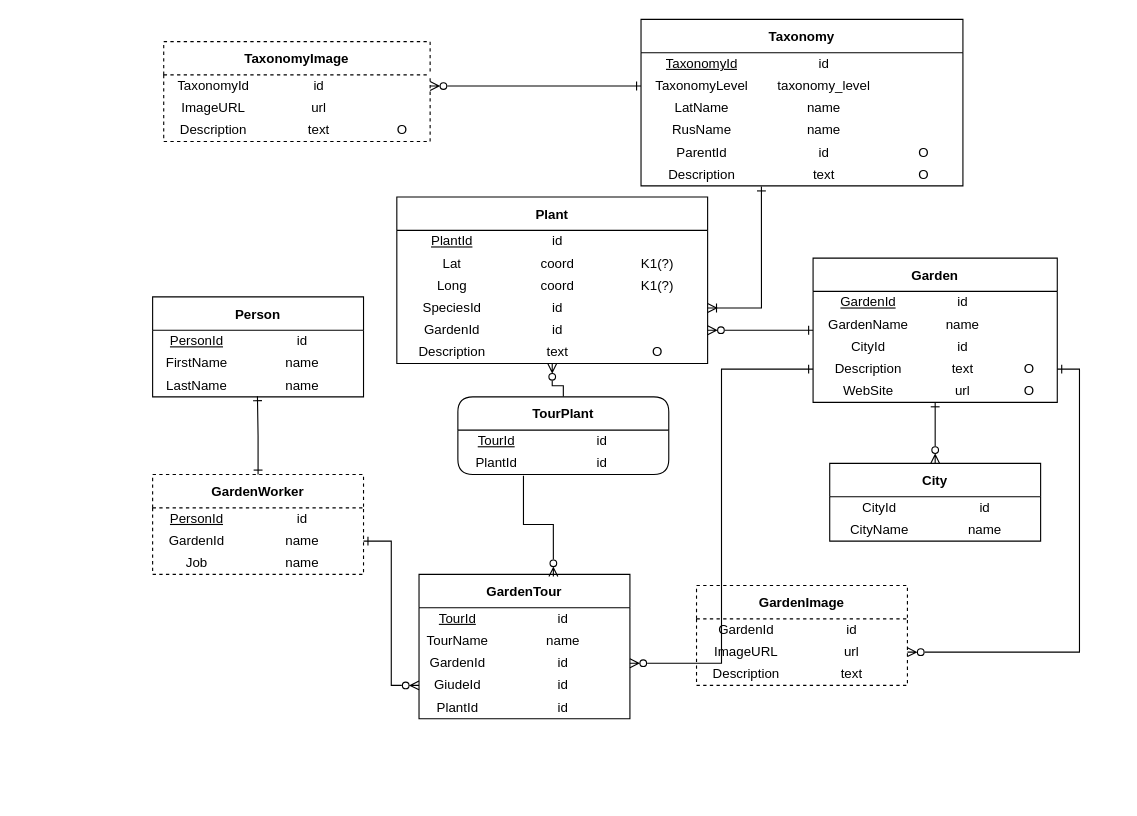
AGA-full/on-board-arch keeps this draw.io diagram as PDM-plants.drawio. Above is the earlier version. Source tidied: cells renumbered, new cells numbered last; positions are measured from the earlier drawing's top-left corner, leaving out a move shared by most shapes. Both pictures are drawn from the tidied source at 111%, with x=0, y=0 at pixel (152, 19).
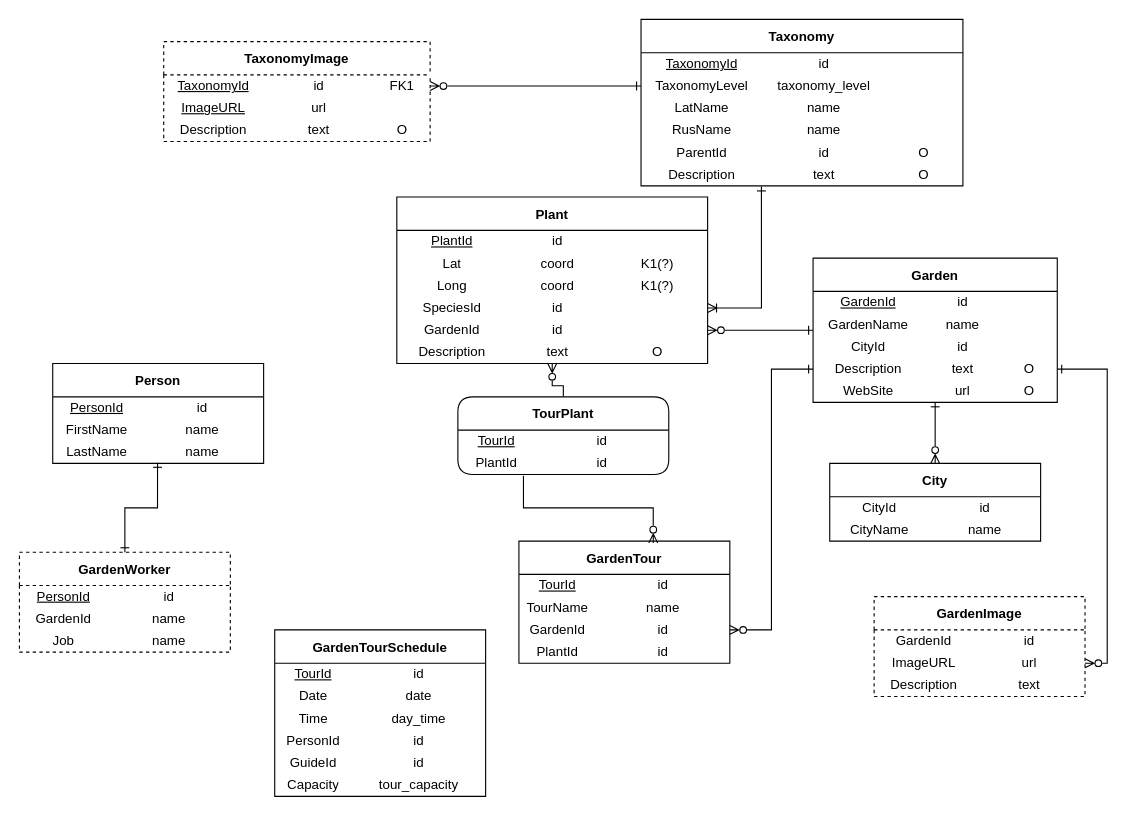
The same diagram, later.

Unchanged cells that the change refers to:
```xml
<mxCell id="55" style="shape=tableRow;horizontal=0;startSize=0;swimlaneHead=0;swimlaneBody=0;strokeColor=inherit;top=0;left=0;bottom=0;right=0;fillColor=none;points=[[0,0.5],[1,0.5]];portConstraint=eastwest;" parent="51" vertex="1">
  <mxGeometry y="50" width="190" height="20" as="geometry" />
</mxCell>
<mxCell id="114" style="shape=tableRow;horizontal=0;startSize=0;swimlaneHead=0;swimlaneBody=0;strokeColor=inherit;top=0;left=0;bottom=0;right=0;fillColor=none;points=[[0,0.5],[1,0.5]];portConstraint=eastwest;" parent="113" vertex="1">
  <mxGeometry y="30" width="240" height="20" as="geometry" />
</mxCell>
<mxCell id="118" style="shape=tableRow;horizontal=0;startSize=0;swimlaneHead=0;swimlaneBody=0;strokeColor=inherit;top=0;left=0;bottom=0;right=0;fillColor=none;" parent="113" vertex="1">
  <mxGeometry y="50" width="240" height="20" as="geometry" />
</mxCell>
```

Diff of the diagram source:
```diff
@@
     <mxCell id="51" value="GardenWorker" style="shape=table;startSize=30;childLayout=tableLayout;fontStyle=1;strokeColor=default;strokeWidth=1;perimeterSpacing=0;rowLines=0;columnLines=0;dashed=1;" parent="1" vertex="1">
-      <mxGeometry y="410" width="190" height="90" as="geometry" />
+      <mxGeometry x="-120" y="480" width="190" height="90" as="geometry" />
     </mxCell>
@@
     <mxCell id="61" value="GardenTour" style="shape=table;startSize=30;childLayout=tableLayout;fontStyle=1;strokeColor=default;strokeWidth=1;perimeterSpacing=0;rowLines=0;columnLines=0;" parent="1" vertex="1">
-      <mxGeometry x="240" y="500" width="190" height="130" as="geometry" />
+      <mxGeometry x="330" y="470" width="190" height="110" as="geometry" />
     </mxCell>
@@
-    <mxCell id="71" style="shape=tableRow;horizontal=0;startSize=0;swimlaneHead=0;swimlaneBody=0;strokeColor=inherit;top=0;left=0;bottom=0;right=0;fillColor=none;points=[[0,0.5],[1,0.5]];portConstraint=eastwest;" parent="61" vertex="1">
-      <mxGeometry y="90" width="190" height="20" as="geometry" />
-    </mxCell>
-    <mxCell id="72" value="GiudeId" style="shape=partialRectangle;html=1;whiteSpace=wrap;strokeColor=inherit;overflow=hidden;fillColor=none;top=0;left=0;bottom=0;right=0;" parent="71" vertex="1">
-      <mxGeometry width="70" height="20" as="geometry" />
-    </mxCell>
-    <mxCell id="73" value="id" style="shape=partialRectangle;html=1;whiteSpace=wrap;strokeColor=inherit;overflow=hidden;fillColor=none;top=0;left=0;bottom=0;right=0;" parent="71" vertex="1">
-      <mxGeometry x="70" width="120" height="20" as="geometry" />
-    </mxCell>
     <mxCell id="74" style="shape=tableRow;horizontal=0;startSize=0;swimlaneHead=0;swimlaneBody=0;strokeColor=inherit;top=0;left=0;bottom=0;right=0;fillColor=none;" parent="61" vertex="1">
-      <mxGeometry y="110" width="190" height="20" as="geometry" />
+      <mxGeometry y="90" width="190" height="20" as="geometry" />
     </mxCell>
@@
     <mxCell id="103" value="Person" style="shape=table;startSize=30;childLayout=tableLayout;fontStyle=1;strokeColor=default;strokeWidth=1;perimeterSpacing=0;rowLines=0;columnLines=0;" parent="1" vertex="1">
-      <mxGeometry y="250" width="190" height="90" as="geometry" />
+      <mxGeometry x="-90" y="310" width="190" height="90" as="geometry" />
     </mxCell>
@@
-    <mxCell id="115" value="TaxonomyId" style="shape=partialRectangle;html=1;whiteSpace=wrap;strokeColor=inherit;overflow=hidden;fillColor=none;top=0;left=0;bottom=0;right=0;" parent="114" vertex="1">
+    <mxCell id="115" value="&lt;u&gt;TaxonomyId&lt;/u&gt;" style="shape=partialRectangle;html=1;whiteSpace=wrap;strokeColor=inherit;overflow=hidden;fillColor=none;top=0;left=0;bottom=0;right=0;" parent="114" vertex="1">
       <mxGeometry width="90" height="20" as="geometry" />
     </mxCell>
@@
-    <mxCell id="117" style="shape=partialRectangle;html=1;whiteSpace=wrap;strokeColor=inherit;overflow=hidden;fillColor=none;top=0;left=0;bottom=0;right=0;" parent="114" vertex="1">
+    <mxCell id="117" value="FK1" style="shape=partialRectangle;html=1;whiteSpace=wrap;strokeColor=inherit;overflow=hidden;fillColor=none;top=0;left=0;bottom=0;right=0;" parent="114" vertex="1">
       <mxGeometry x="190" width="50" height="20" as="geometry" />
     </mxCell>
@@
-    <mxCell id="119" value="ImageURL" style="shape=partialRectangle;html=1;whiteSpace=wrap;strokeColor=inherit;overflow=hidden;fillColor=none;top=0;left=0;bottom=0;right=0;" parent="118" vertex="1">
+    <mxCell id="119" value="&lt;u&gt;ImageURL&lt;/u&gt;" style="shape=partialRectangle;html=1;whiteSpace=wrap;strokeColor=inherit;overflow=hidden;fillColor=none;top=0;left=0;bottom=0;right=0;" parent="118" vertex="1">
       <mxGeometry width="90" height="20" as="geometry" />
     </mxCell>
@@
     <mxCell id="135" value="GardenImage" style="shape=table;startSize=30;childLayout=tableLayout;fontStyle=1;strokeColor=default;strokeWidth=1;perimeterSpacing=0;rowLines=0;columnLines=0;dashed=1;" parent="1" vertex="1">
-      <mxGeometry x="490" y="510" width="190" height="90" as="geometry" />
+      <mxGeometry x="650" y="520" width="190" height="90" as="geometry" />
     </mxCell>
@@
-    <mxCell id="146" style="edgeStyle=orthogonalEdgeStyle;rounded=0;jettySize=auto;html=1;entryX=0;entryY=0.5;entryDx=0;entryDy=0;endArrow=ERzeroToMany;endFill=0;startArrow=ERone;startFill=0;" parent="1" edge="1" source="55" target="71">
+    <mxCell id="146" style="edgeStyle=orthogonalEdgeStyle;rounded=0;jettySize=auto;html=1;entryX=0;entryY=0.5;entryDx=0;entryDy=0;endArrow=ERzeroToMany;endFill=0;startArrow=ERone;startFill=0;" parent="1" edge="1" source="55">
       <mxGeometry relative="1" as="geometry" />
     </mxCell>
@@
+    <mxCell id="156" value="GardenTourSchedule" style="shape=table;startSize=30;childLayout=tableLayout;fontStyle=1;strokeColor=default;strokeWidth=1;perimeterSpacing=0;rowLines=0;columnLines=0;" parent="1" vertex="1">
+      <mxGeometry x="110" y="550" width="190" height="150" as="geometry" />
+    </mxCell>
+    <mxCell id="157" style="shape=tableRow;horizontal=0;startSize=0;swimlaneHead=0;swimlaneBody=0;strokeColor=inherit;top=0;left=0;bottom=0;right=0;fillColor=none;" parent="156" vertex="1">
+      <mxGeometry y="30" width="190" height="20" as="geometry" />
+    </mxCell>
+    <mxCell id="158" value="&lt;u&gt;TourId&lt;/u&gt;" style="shape=partialRectangle;html=1;whiteSpace=wrap;strokeColor=inherit;overflow=hidden;fillColor=none;top=0;left=0;bottom=0;right=0;" parent="157" vertex="1">
+      <mxGeometry width="70" height="20" as="geometry" />
+    </mxCell>
+    <mxCell id="159" value="id" style="shape=partialRectangle;html=1;whiteSpace=wrap;strokeColor=inherit;overflow=hidden;fillColor=none;top=0;left=0;bottom=0;right=0;" parent="157" vertex="1">
+      <mxGeometry x="70" width="120" height="20" as="geometry" />
+    </mxCell>
+    <mxCell id="160" style="shape=tableRow;horizontal=0;startSize=0;swimlaneHead=0;swimlaneBody=0;strokeColor=inherit;top=0;left=0;bottom=0;right=0;fillColor=none;" parent="156" vertex="1">
+      <mxGeometry y="50" width="190" height="20" as="geometry" />
+    </mxCell>
+    <mxCell id="161" value="Date" style="shape=partialRectangle;html=1;whiteSpace=wrap;strokeColor=inherit;overflow=hidden;fillColor=none;top=0;left=0;bottom=0;right=0;" parent="160" vertex="1">
+      <mxGeometry width="70" height="20" as="geometry" />
+    </mxCell>
+    <mxCell id="162" value="date" style="shape=partialRectangle;html=1;whiteSpace=wrap;strokeColor=inherit;overflow=hidden;fillColor=none;top=0;left=0;bottom=0;right=0;" parent="160" vertex="1">
+      <mxGeometry x="70" width="120" height="20" as="geometry" />
+    </mxCell>
+    <mxCell id="163" style="shape=tableRow;horizontal=0;startSize=0;swimlaneHead=0;swimlaneBody=0;strokeColor=inherit;top=0;left=0;bottom=0;right=0;fillColor=none;" parent="156" vertex="1">
+      <mxGeometry y="70" width="190" height="20" as="geometry" />
+    </mxCell>
+    <mxCell id="164" value="Time" style="shape=partialRectangle;html=1;whiteSpace=wrap;strokeColor=inherit;overflow=hidden;fillColor=none;top=0;left=0;bottom=0;right=0;" parent="163" vertex="1">
+      <mxGeometry width="70" height="20" as="geometry" />
+    </mxCell>
+    <mxCell id="165" value="day_time" style="shape=partialRectangle;html=1;whiteSpace=wrap;strokeColor=inherit;overflow=hidden;fillColor=none;top=0;left=0;bottom=0;right=0;" parent="163" vertex="1">
+      <mxGeometry x="70" width="120" height="20" as="geometry" />
+    </mxCell>
+    <mxCell id="71" style="shape=tableRow;horizontal=0;startSize=0;swimlaneHead=0;swimlaneBody=0;strokeColor=inherit;top=0;left=0;bottom=0;right=0;fillColor=none;points=[[0,0.5],[1,0.5]];portConstraint=eastwest;" parent="156" vertex="1">
+      <mxGeometry y="90" width="190" height="20" as="geometry" />
+    </mxCell>
+    <mxCell id="166" value="PersonId" style="shape=partialRectangle;html=1;whiteSpace=wrap;strokeColor=inherit;overflow=hidden;fillColor=none;top=0;left=0;bottom=0;right=0;" parent="71" vertex="1">
+      <mxGeometry width="70" height="20" as="geometry" />
+    </mxCell>
+    <mxCell id="167" value="id" style="shape=partialRectangle;html=1;whiteSpace=wrap;strokeColor=inherit;overflow=hidden;fillColor=none;top=0;left=0;bottom=0;right=0;" parent="71" vertex="1">
+      <mxGeometry x="70" width="120" height="20" as="geometry" />
+    </mxCell>
+    <mxCell id="168" style="shape=tableRow;horizontal=0;startSize=0;swimlaneHead=0;swimlaneBody=0;strokeColor=inherit;top=0;left=0;bottom=0;right=0;fillColor=none;" parent="156" vertex="1">
+      <mxGeometry y="110" width="190" height="20" as="geometry" />
+    </mxCell>
+    <mxCell id="169" value="GuideId" style="shape=partialRectangle;html=1;whiteSpace=wrap;strokeColor=inherit;overflow=hidden;fillColor=none;top=0;left=0;bottom=0;right=0;" parent="168" vertex="1">
+      <mxGeometry width="70" height="20" as="geometry" />
+    </mxCell>
+    <mxCell id="170" value="id" style="shape=partialRectangle;html=1;whiteSpace=wrap;strokeColor=inherit;overflow=hidden;fillColor=none;top=0;left=0;bottom=0;right=0;" parent="168" vertex="1">
+      <mxGeometry x="70" width="120" height="20" as="geometry" />
+    </mxCell>
+    <mxCell id="171" style="shape=tableRow;horizontal=0;startSize=0;swimlaneHead=0;swimlaneBody=0;strokeColor=inherit;top=0;left=0;bottom=0;right=0;fillColor=none;" parent="156" vertex="1">
+      <mxGeometry y="130" width="190" height="20" as="geometry" />
+    </mxCell>
+    <mxCell id="172" value="Capacity" style="shape=partialRectangle;html=1;whiteSpace=wrap;strokeColor=inherit;overflow=hidden;fillColor=none;top=0;left=0;bottom=0;right=0;" parent="171" vertex="1">
+      <mxGeometry width="70" height="20" as="geometry" />
+    </mxCell>
+    <mxCell id="173" value="tour_capacity" style="shape=partialRectangle;html=1;whiteSpace=wrap;strokeColor=inherit;overflow=hidden;fillColor=none;top=0;left=0;bottom=0;right=0;" parent="171" vertex="1">
+      <mxGeometry x="70" width="120" height="20" as="geometry" />
+    </mxCell>
```
